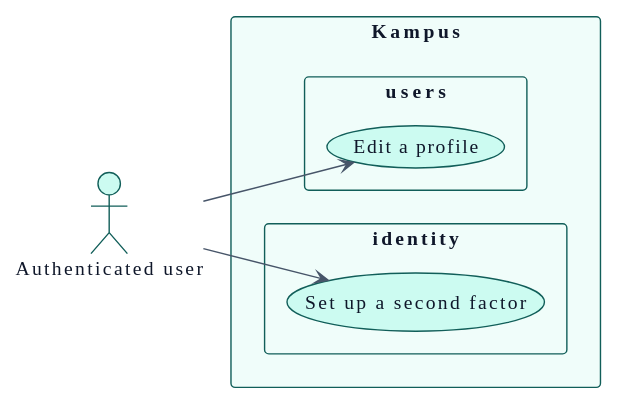
didactika/kampus keeps this PlantUML diagram as docs/01-requirements/use-cases-authenticated_user.svg. Above is the earlier version.
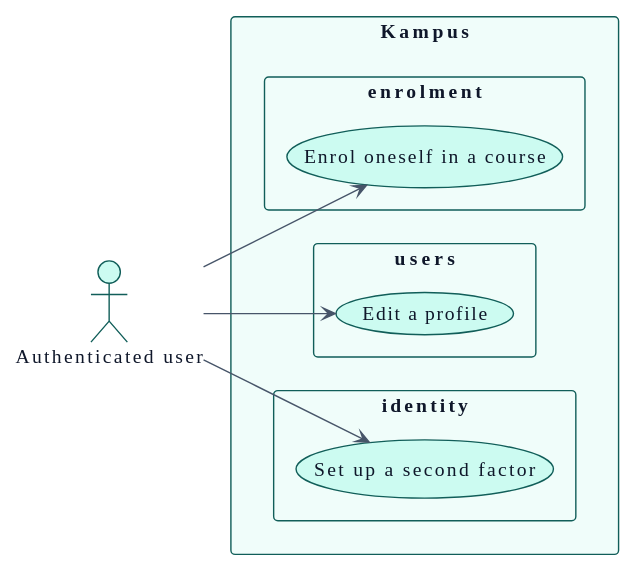
Above is the later version.

The edit, as a diff of the source:
```diff
@@ -115,8 +115,12 @@
   package "users" {
     usecase "Edit a profile" as UC_editProfile
   }
+  package "enrolment" {
+    usecase "Enrol oneself in a course" as UC_selfEnrol
+  }
 }
 
 A_Authenticated_user --> UC_setUpSecondFactor
 A_Authenticated_user --> UC_editProfile
+A_Authenticated_user --> UC_selfEnrol
 @enduml
```
